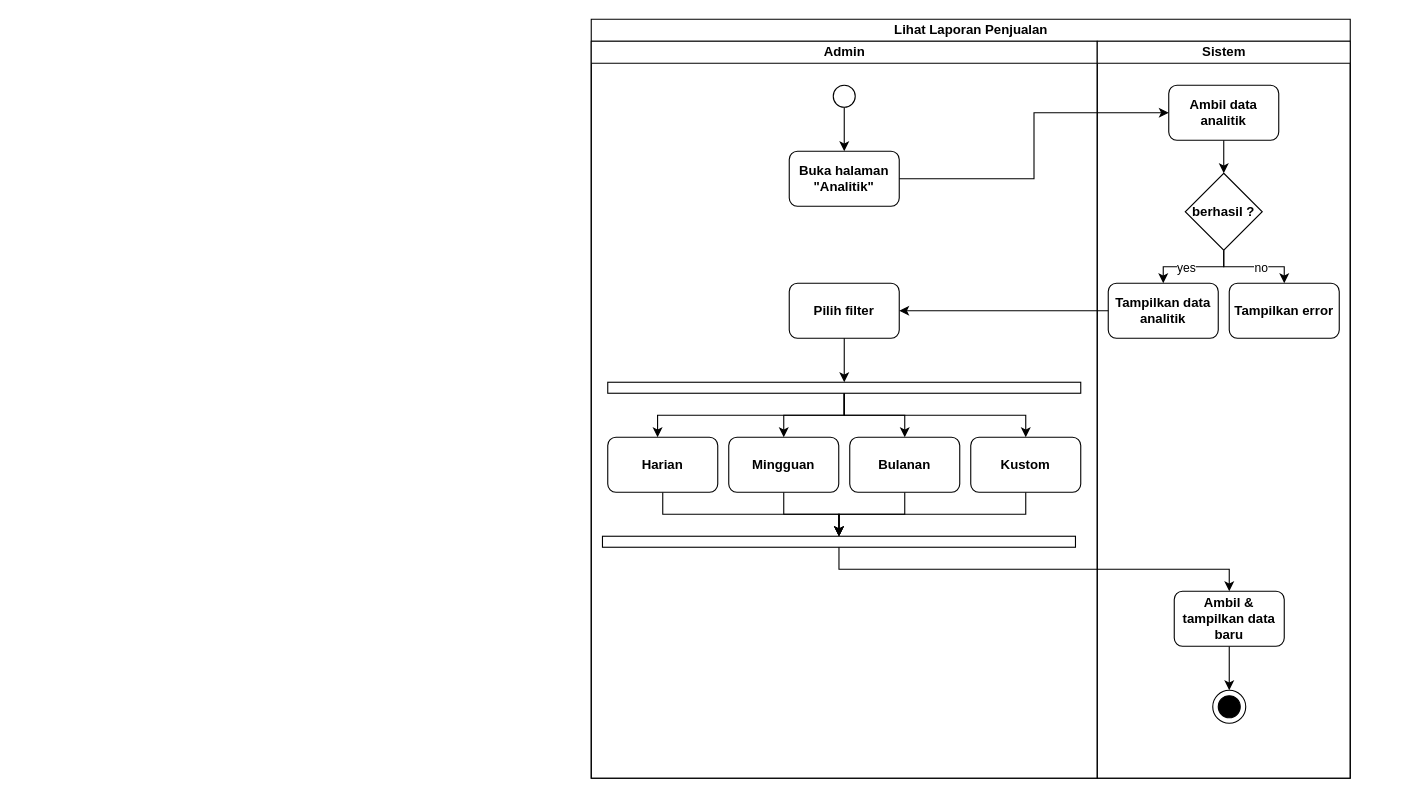
Earlier version of the draw.io diagram page "lihat laporan penjualan" (9 of 19) of assets/uml/activity-diagram.drawio (RIOKOWI/warmindo_purnama_flutter). Source tidied: cells renumbered, new cells numbered last; positions are measured from the earlier drawing's top-left corner, leaving out a move shared by most shapes. Both pictures are drawn from the tidied source at 110%, with x=0, y=0 at pixel (19, 19).
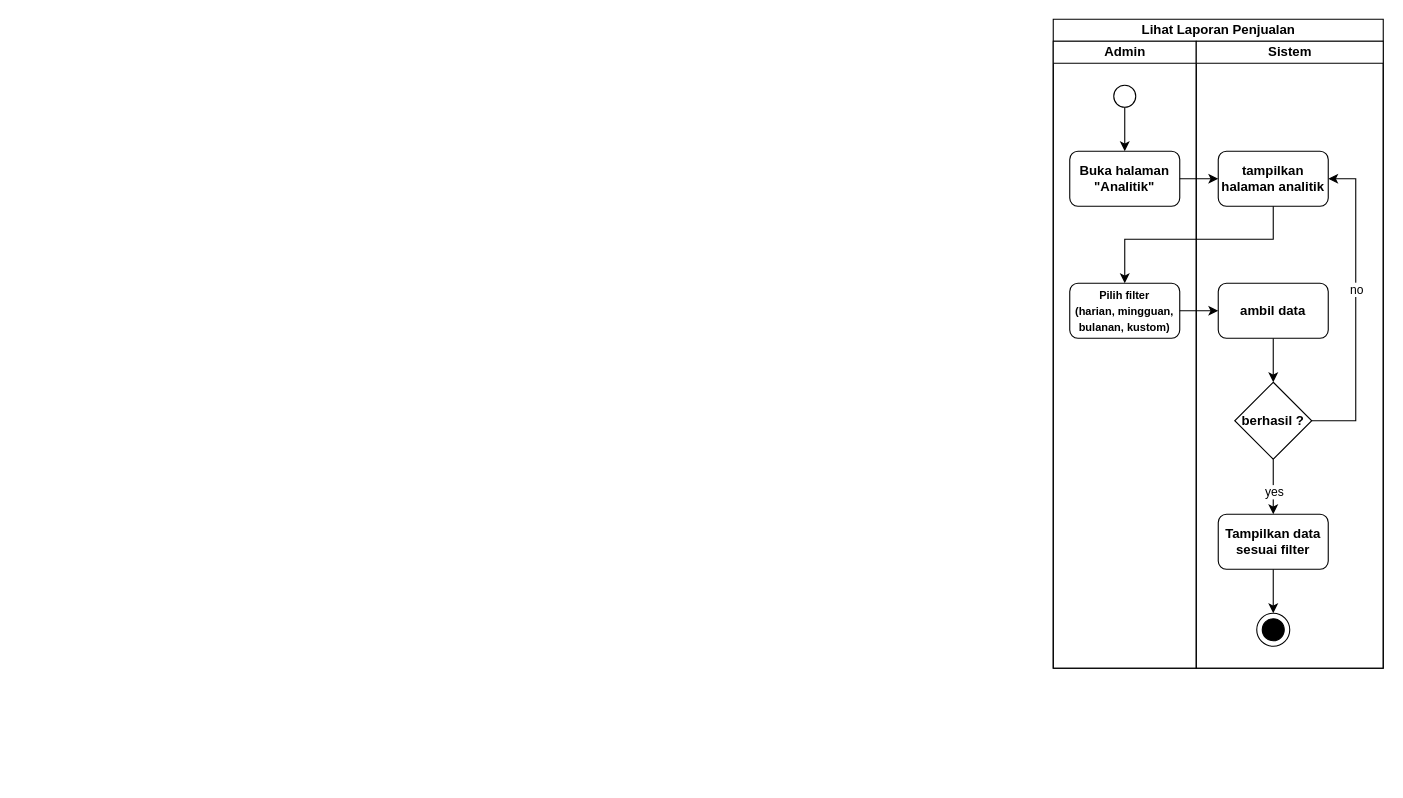
The same diagram, later.

The change refers to these unchanged cells:
```xml
<mxCell id="37" style="ellipse;whiteSpace=wrap;html=1;strokeColor=default;align=center;verticalAlign=middle;fontFamily=Helvetica;fontSize=12;fontColor=default;fontStyle=1;fillColor=default;" parent="36" vertex="1">
  <mxGeometry width="30" height="30" as="geometry" />
</mxCell>
```

Change to the diagram source:
```diff
@@
     <mxCell id="3" value="Lihat Laporan Penjualan" style="swimlane;startSize=20;html=1;" parent="1" vertex="1">
-      <mxGeometry x="520" width="690" height="690" as="geometry" />
+      <mxGeometry x="940" width="300" height="590" as="geometry" />
     </mxCell>
     <mxCell id="4" value="Admin" style="swimlane;startSize=20;html=1;" parent="3" vertex="1">
-      <mxGeometry y="20" width="460" height="670" as="geometry" />
+      <mxGeometry y="20" width="130" height="570" as="geometry" />
     </mxCell>
@@
     <mxCell id="6" style="ellipse;whiteSpace=wrap;html=1;strokeColor=default;align=center;verticalAlign=middle;fontFamily=Helvetica;fontSize=12;fontColor=default;fontStyle=1;fillColor=default;" parent="4" vertex="1">
-      <mxGeometry x="220" y="40" width="20" height="20" as="geometry" />
+      <mxGeometry x="55" y="40" width="20" height="20" as="geometry" />
     </mxCell>
     <mxCell id="7" value="Buka halaman &quot;Analitik&quot;" style="rounded=1;whiteSpace=wrap;html=1;strokeColor=default;align=center;verticalAlign=middle;fontFamily=Helvetica;fontSize=12;fontColor=default;fontStyle=1;fillColor=default;" parent="4" vertex="1">
-      <mxGeometry x="180" y="100" width="100" height="50" as="geometry" />
+      <mxGeometry x="15" y="100" width="100" height="50" as="geometry" />
     </mxCell>
-    <mxCell id="8" style="edgeStyle=orthogonalEdgeStyle;shape=connector;rounded=0;html=1;entryX=0.5;entryY=0;entryDx=0;entryDy=0;strokeColor=default;align=center;verticalAlign=middle;fontFamily=Helvetica;fontSize=11;fontColor=default;labelBackgroundColor=default;endArrow=classic;curved=0;" parent="4" edge="1" source="11" target="15">
-      <mxGeometry relative="1" as="geometry" />
-    </mxCell>
-    <mxCell id="9" style="edgeStyle=orthogonalEdgeStyle;shape=connector;rounded=0;html=1;entryX=0.5;entryY=0;entryDx=0;entryDy=0;strokeColor=default;align=center;verticalAlign=middle;fontFamily=Helvetica;fontSize=11;fontColor=default;labelBackgroundColor=default;endArrow=classic;curved=0;" parent="4" edge="1" source="11" target="17">
-      <mxGeometry relative="1" as="geometry" />
-    </mxCell>
-    <mxCell id="10" style="edgeStyle=orthogonalEdgeStyle;shape=connector;rounded=0;html=1;entryX=0.5;entryY=0;entryDx=0;entryDy=0;strokeColor=default;align=center;verticalAlign=middle;fontFamily=Helvetica;fontSize=11;fontColor=default;labelBackgroundColor=default;endArrow=classic;curved=0;" parent="4" edge="1" source="11" target="19">
-      <mxGeometry relative="1" as="geometry" />
-    </mxCell>
-    <mxCell id="11" style="rounded=0;whiteSpace=wrap;html=1;rotation=90;" parent="4" vertex="1">
-      <mxGeometry x="225" y="100" width="10" height="430" as="geometry" />
-    </mxCell>
-    <mxCell id="12" style="edgeStyle=orthogonalEdgeStyle;shape=connector;rounded=0;html=1;strokeColor=default;align=center;verticalAlign=middle;fontFamily=Helvetica;fontSize=11;fontColor=default;labelBackgroundColor=default;endArrow=classic;curved=0;" parent="4" edge="1" source="13" target="23">
-      <mxGeometry relative="1" as="geometry" />
-    </mxCell>
-    <mxCell id="13" value="Harian" style="rounded=1;whiteSpace=wrap;html=1;strokeColor=default;align=center;verticalAlign=middle;fontFamily=Helvetica;fontSize=12;fontColor=default;fontStyle=1;fillColor=default;" parent="4" vertex="1">
-      <mxGeometry x="15" y="360" width="100" height="50" as="geometry" />
-    </mxCell>
-    <mxCell id="14" style="edgeStyle=orthogonalEdgeStyle;shape=connector;rounded=0;html=1;entryX=0;entryY=0.5;entryDx=0;entryDy=0;strokeColor=default;align=center;verticalAlign=middle;fontFamily=Helvetica;fontSize=11;fontColor=default;labelBackgroundColor=default;endArrow=classic;curved=0;" parent="4" edge="1" source="15" target="23">
-      <mxGeometry relative="1" as="geometry" />
-    </mxCell>
-    <mxCell id="15" value="Mingguan" style="rounded=1;whiteSpace=wrap;html=1;strokeColor=default;align=center;verticalAlign=middle;fontFamily=Helvetica;fontSize=12;fontColor=default;fontStyle=1;fillColor=default;" parent="4" vertex="1">
-      <mxGeometry x="125" y="360" width="100" height="50" as="geometry" />
-    </mxCell>
-    <mxCell id="16" style="edgeStyle=orthogonalEdgeStyle;shape=connector;rounded=0;html=1;entryX=0;entryY=0.5;entryDx=0;entryDy=0;strokeColor=default;align=center;verticalAlign=middle;fontFamily=Helvetica;fontSize=11;fontColor=default;labelBackgroundColor=default;endArrow=classic;curved=0;" parent="4" edge="1" source="17" target="23">
-      <mxGeometry relative="1" as="geometry" />
-    </mxCell>
-    <mxCell id="17" value="Bulanan" style="rounded=1;whiteSpace=wrap;html=1;strokeColor=default;align=center;verticalAlign=middle;fontFamily=Helvetica;fontSize=12;fontColor=default;fontStyle=1;fillColor=default;" parent="4" vertex="1">
-      <mxGeometry x="235" y="360" width="100" height="50" as="geometry" />
-    </mxCell>
-    <mxCell id="18" style="edgeStyle=orthogonalEdgeStyle;shape=connector;rounded=0;html=1;entryX=0;entryY=0.5;entryDx=0;entryDy=0;strokeColor=default;align=center;verticalAlign=middle;fontFamily=Helvetica;fontSize=11;fontColor=default;labelBackgroundColor=default;endArrow=classic;curved=0;" parent="4" edge="1" source="19" target="23">
-      <mxGeometry relative="1" as="geometry" />
-    </mxCell>
-    <mxCell id="19" value="Kustom" style="rounded=1;whiteSpace=wrap;html=1;strokeColor=default;align=center;verticalAlign=middle;fontFamily=Helvetica;fontSize=12;fontColor=default;fontStyle=1;fillColor=default;" parent="4" vertex="1">
-      <mxGeometry x="345" y="360" width="100" height="50" as="geometry" />
-    </mxCell>
-    <mxCell id="20" value="Pilih filter" style="rounded=1;whiteSpace=wrap;html=1;strokeColor=default;align=center;verticalAlign=middle;fontFamily=Helvetica;fontSize=12;fontColor=default;fontStyle=1;fillColor=default;" parent="4" vertex="1">
-      <mxGeometry x="180" y="220" width="100" height="50" as="geometry" />
+    <mxCell id="20" value="&lt;font style=&quot;font-size: 10px;&quot;&gt;Pilih filter&lt;/font&gt;&lt;div&gt;&lt;font style=&quot;font-size: 10px;&quot;&gt;(harian, mingguan, bulanan, kustom)&lt;/font&gt;&lt;/div&gt;" style="rounded=1;whiteSpace=wrap;html=1;strokeColor=default;align=center;verticalAlign=middle;fontFamily=Helvetica;fontSize=12;fontColor=default;fontStyle=1;fillColor=default;" parent="4" vertex="1">
+      <mxGeometry x="15" y="220" width="100" height="50" as="geometry" />
     </mxCell>
-    <mxCell id="21" style="edgeStyle=orthogonalEdgeStyle;shape=connector;rounded=0;html=1;entryX=0;entryY=0.5;entryDx=0;entryDy=0;strokeColor=default;align=center;verticalAlign=middle;fontFamily=Helvetica;fontSize=11;fontColor=default;labelBackgroundColor=default;endArrow=classic;curved=0;" parent="4" edge="1" source="20" target="11">
-      <mxGeometry relative="1" as="geometry" />
-    </mxCell>
-    <mxCell id="22" style="edgeStyle=orthogonalEdgeStyle;shape=connector;rounded=0;html=1;entryX=0.453;entryY=0;entryDx=0;entryDy=0;entryPerimeter=0;strokeColor=default;align=center;verticalAlign=middle;fontFamily=Helvetica;fontSize=11;fontColor=default;labelBackgroundColor=default;endArrow=classic;curved=0;" parent="4" edge="1" source="11" target="13">
-      <mxGeometry relative="1" as="geometry" />
-    </mxCell>
-    <mxCell id="23" style="rounded=0;whiteSpace=wrap;html=1;rotation=90;" parent="4" vertex="1">
-      <mxGeometry x="220.2" y="240" width="10" height="430" as="geometry" />
-    </mxCell>
     <mxCell id="24" value="Sistem" style="swimlane;startSize=20;html=1;" parent="3" vertex="1">
-      <mxGeometry x="460" y="20" width="230" height="670" as="geometry" />
+      <mxGeometry x="130" y="20" width="170" height="570" as="geometry" />
     </mxCell>
@@
-    <mxCell id="27" style="edgeStyle=orthogonalEdgeStyle;shape=connector;rounded=0;html=1;entryX=0.5;entryY=0;entryDx=0;entryDy=0;strokeColor=default;align=center;verticalAlign=middle;fontFamily=Helvetica;fontSize=11;fontColor=default;labelBackgroundColor=default;endArrow=classic;curved=0;" parent="24" edge="1" source="29" target="32">
-      <mxGeometry relative="1" as="geometry" />
+    <mxCell id="27" style="edgeStyle=orthogonalEdgeStyle;shape=connector;rounded=0;html=1;strokeColor=default;align=center;verticalAlign=middle;fontFamily=Helvetica;fontSize=11;fontColor=default;labelBackgroundColor=default;endArrow=classic;curved=0;" parent="24" edge="1" source="29" target="31">
+      <mxGeometry relative="1" as="geometry">
+        <Array as="points">
+          <mxPoint x="145" y="345" />
+          <mxPoint x="145" y="125" />
+        </Array>
+      </mxGeometry>
     </mxCell>
@@
     <mxCell id="29" value="berhasil ?" style="rhombus;whiteSpace=wrap;html=1;strokeColor=default;align=center;verticalAlign=middle;fontFamily=Helvetica;fontSize=12;fontColor=default;fontStyle=1;fillColor=default;" parent="24" vertex="1">
-      <mxGeometry x="80" y="120" width="70" height="70" as="geometry" />
+      <mxGeometry x="35" y="310" width="70" height="70" as="geometry" />
     </mxCell>
-    <mxCell id="30" style="edgeStyle=orthogonalEdgeStyle;shape=connector;rounded=0;html=1;entryX=0.5;entryY=0;entryDx=0;entryDy=0;strokeColor=default;align=center;verticalAlign=middle;fontFamily=Helvetica;fontSize=11;fontColor=default;labelBackgroundColor=default;endArrow=classic;curved=0;" parent="24" edge="1" source="31" target="29">
-      <mxGeometry relative="1" as="geometry" />
-    </mxCell>
-    <mxCell id="31" value="Ambil data analitik" style="rounded=1;whiteSpace=wrap;html=1;strokeColor=default;align=center;verticalAlign=middle;fontFamily=Helvetica;fontSize=12;fontColor=default;fontStyle=1;fillColor=default;" parent="24" vertex="1">
-      <mxGeometry x="65" y="40" width="100" height="50" as="geometry" />
+    <mxCell id="31" value="tampilkan halaman analitik" style="rounded=1;whiteSpace=wrap;html=1;strokeColor=default;align=center;verticalAlign=middle;fontFamily=Helvetica;fontSize=12;fontColor=default;fontStyle=1;fillColor=default;" parent="24" vertex="1">
+      <mxGeometry x="20" y="100" width="100" height="50" as="geometry" />
     </mxCell>
-    <mxCell id="32" value="Tampilkan error" style="rounded=1;whiteSpace=wrap;html=1;strokeColor=default;align=center;verticalAlign=middle;fontFamily=Helvetica;fontSize=12;fontColor=default;fontStyle=1;fillColor=default;" parent="24" vertex="1">
-      <mxGeometry x="120" y="220" width="100" height="50" as="geometry" />
-    </mxCell>
+    <mxCell id="42" style="edgeStyle=orthogonalEdgeStyle;shape=connector;curved=0;rounded=0;html=1;entryX=0.5;entryY=0;entryDx=0;entryDy=0;strokeColor=default;align=center;verticalAlign=middle;fontFamily=Helvetica;fontSize=12;fontColor=default;fontStyle=1;labelBackgroundColor=default;endArrow=classic;" parent="24" edge="1" source="33" target="37">
+      <mxGeometry relative="1" as="geometry" />
+    </mxCell>
-    <mxCell id="33" value="Tampilkan data analitik" style="rounded=1;whiteSpace=wrap;html=1;strokeColor=default;align=center;verticalAlign=middle;fontFamily=Helvetica;fontSize=12;fontColor=default;fontStyle=1;fillColor=default;" parent="24" vertex="1">
-      <mxGeometry x="10" y="220" width="100" height="50" as="geometry" />
+    <mxCell id="33" value="Tampilkan data sesuai filter" style="rounded=1;whiteSpace=wrap;html=1;strokeColor=default;align=center;verticalAlign=middle;fontFamily=Helvetica;fontSize=12;fontColor=default;fontStyle=1;fillColor=default;" parent="24" vertex="1">
+      <mxGeometry x="20" y="430" width="100" height="50" as="geometry" />
     </mxCell>
-    <mxCell id="34" style="edgeStyle=orthogonalEdgeStyle;shape=connector;rounded=0;html=1;entryX=0.5;entryY=0;entryDx=0;entryDy=0;strokeColor=default;align=center;verticalAlign=middle;fontFamily=Helvetica;fontSize=11;fontColor=default;labelBackgroundColor=default;endArrow=classic;curved=0;" parent="24" edge="1" source="35" target="37">
-      <mxGeometry relative="1" as="geometry" />
-    </mxCell>
-    <mxCell id="35" value="Ambil &amp;amp; tampilkan data baru" style="rounded=1;whiteSpace=wrap;html=1;strokeColor=default;align=center;verticalAlign=middle;fontFamily=Helvetica;fontSize=12;fontColor=default;fontStyle=1;fillColor=default;" parent="24" vertex="1">
-      <mxGeometry x="70" y="500" width="100" height="50" as="geometry" />
-    </mxCell>
     <mxCell id="36" style="group;" parent="24" vertex="1">
-      <mxGeometry x="105" y="590" width="30" height="30" as="geometry" />
+      <mxGeometry x="55" y="520" width="30" height="30" as="geometry" />
     </mxCell>
@@
+    <mxCell id="43" style="edgeStyle=orthogonalEdgeStyle;shape=connector;curved=0;rounded=0;html=1;entryX=0.5;entryY=0;entryDx=0;entryDy=0;strokeColor=default;align=center;verticalAlign=middle;fontFamily=Helvetica;fontSize=12;fontColor=default;fontStyle=1;labelBackgroundColor=default;endArrow=classic;" parent="24" edge="1" source="44" target="29">
+      <mxGeometry relative="1" as="geometry" />
+    </mxCell>
+    <mxCell id="44" value="ambil data" style="rounded=1;whiteSpace=wrap;html=1;strokeColor=default;align=center;verticalAlign=middle;fontFamily=Helvetica;fontSize=12;fontColor=default;fontStyle=1;fillColor=default;" parent="24" vertex="1">
+      <mxGeometry x="20" y="220" width="100" height="50" as="geometry" />
+    </mxCell>
@@
-    <mxCell id="40" style="edgeStyle=orthogonalEdgeStyle;shape=connector;rounded=0;html=1;entryX=1;entryY=0.5;entryDx=0;entryDy=0;strokeColor=default;align=center;verticalAlign=middle;fontFamily=Helvetica;fontSize=11;fontColor=default;labelBackgroundColor=default;endArrow=classic;curved=0;" parent="3" edge="1" source="33" target="20">
-      <mxGeometry relative="1" as="geometry" />
-    </mxCell>
-    <mxCell id="41" style="edgeStyle=orthogonalEdgeStyle;shape=connector;rounded=0;html=1;entryX=0.5;entryY=0;entryDx=0;entryDy=0;strokeColor=default;align=center;verticalAlign=middle;fontFamily=Helvetica;fontSize=11;fontColor=default;labelBackgroundColor=default;endArrow=classic;exitX=1;exitY=0.5;exitDx=0;exitDy=0;curved=0;" parent="3" edge="1" source="23" target="35">
-      <mxGeometry relative="1" as="geometry" />
-    </mxCell>
+    <mxCell id="21" style="edgeStyle=orthogonalEdgeStyle;shape=connector;rounded=0;html=1;entryX=0;entryY=0.5;entryDx=0;entryDy=0;strokeColor=default;align=center;verticalAlign=middle;fontFamily=Helvetica;fontSize=11;fontColor=default;labelBackgroundColor=default;endArrow=classic;curved=0;" parent="3" edge="1" source="20" target="44">
+      <mxGeometry relative="1" as="geometry" />
+    </mxCell>
+    <mxCell id="45" style="edgeStyle=orthogonalEdgeStyle;shape=connector;curved=0;rounded=0;html=1;entryX=0.5;entryY=0;entryDx=0;entryDy=0;strokeColor=default;align=center;verticalAlign=middle;fontFamily=Helvetica;fontSize=12;fontColor=default;fontStyle=1;labelBackgroundColor=default;endArrow=classic;" parent="3" edge="1" source="31" target="20">
+      <mxGeometry relative="1" as="geometry">
+        <Array as="points">
+          <mxPoint x="200" y="200" />
+          <mxPoint x="65" y="200" />
+        </Array>
+      </mxGeometry>
+    </mxCell>
```
